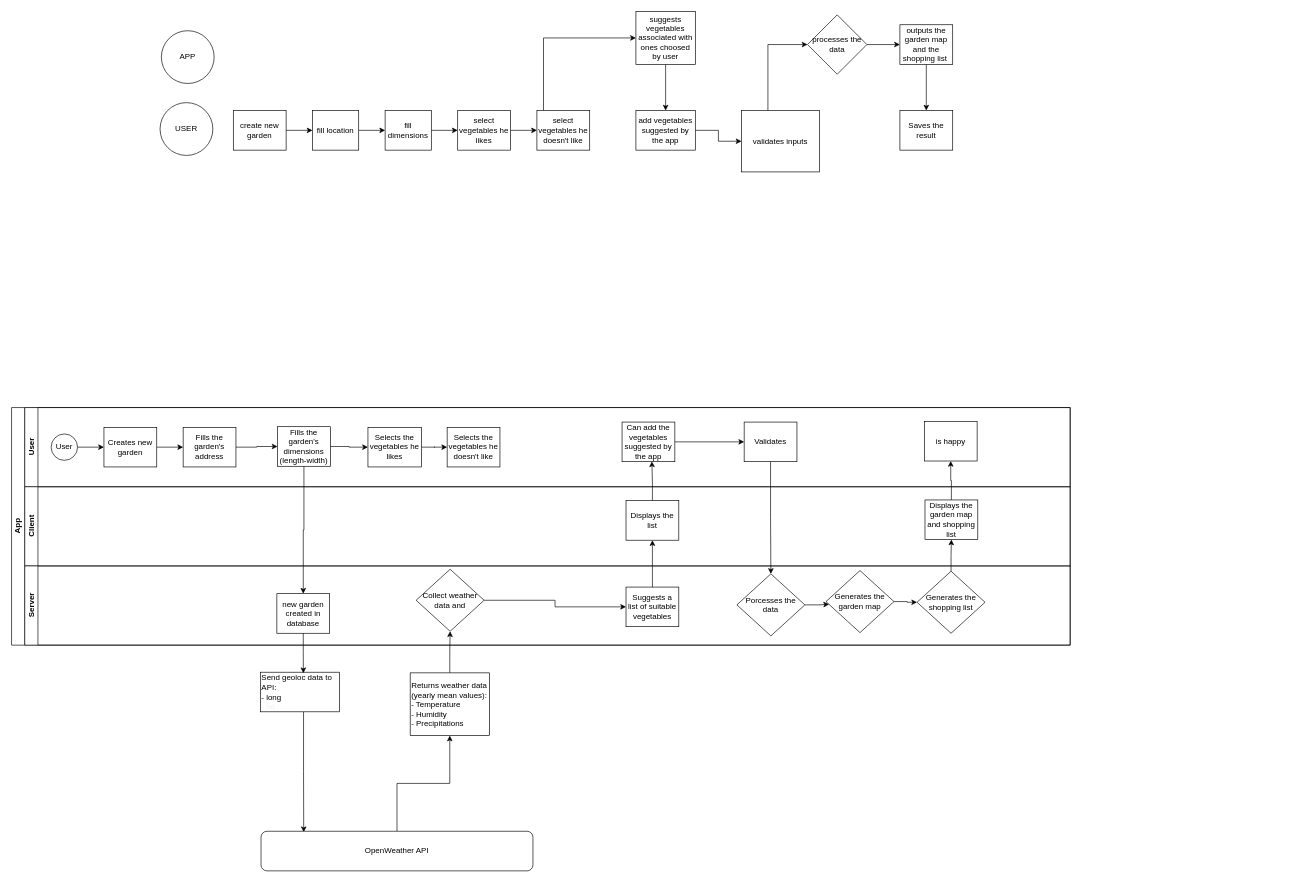
Earlier version of the draw.io diagram EasyGarden principle.drawio (brice2112/easygarden). Source tidied: cells renumbered, new cells numbered last; positions are measured from the earlier drawing's top-left corner, leaving out a move shared by most shapes. Both pictures are drawn from the tidied source at 66%, with x=0, y=0 at pixel (11, 11).
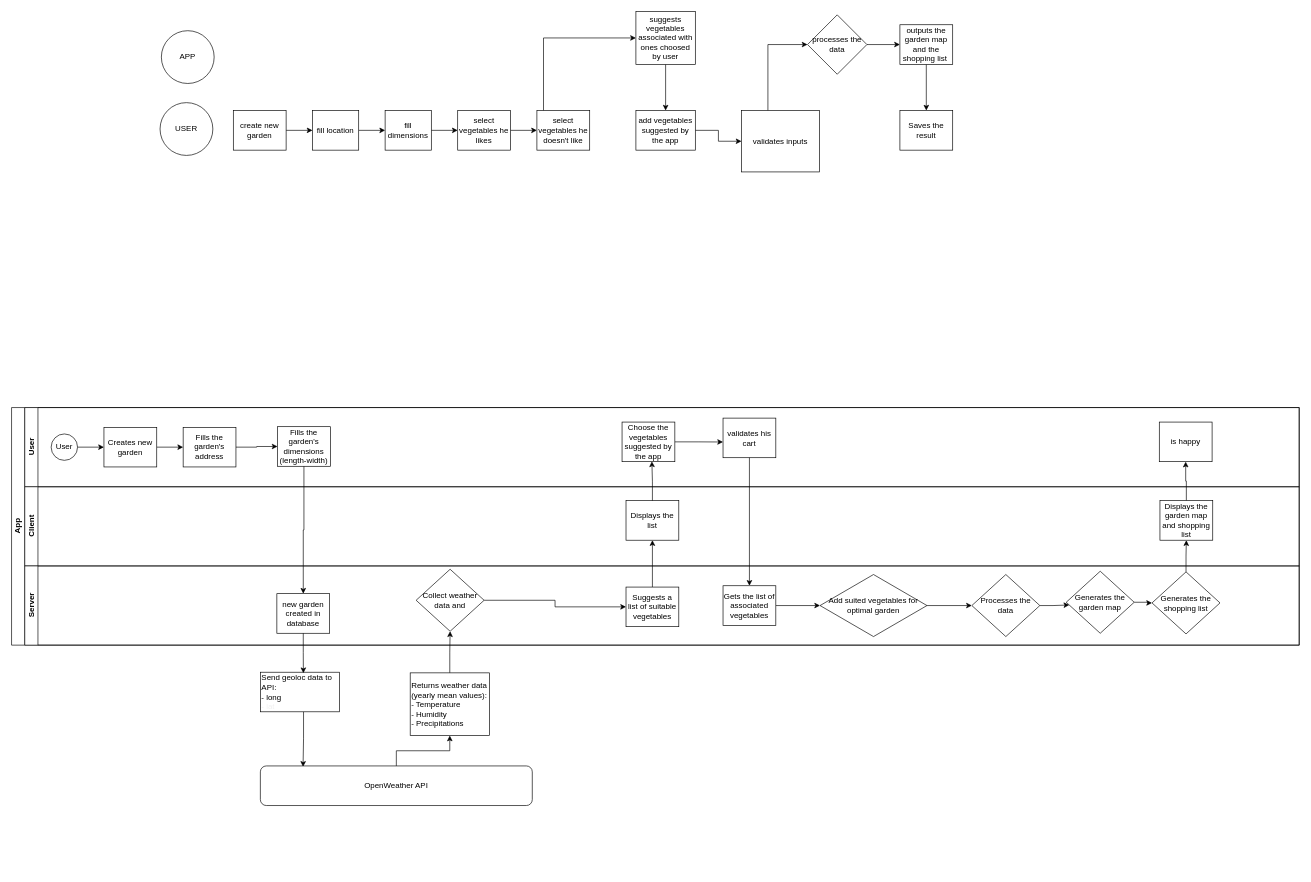
After the change.

Commit message:
Mettre à jour EasyGarden principle.drawio

Unchanged cells that the change refers to:
```xml
<mxCell id="11" value="Fills the garden's dimensions (length-width)" style="rounded=0;whiteSpace=wrap;html=1;fontFamily=Helvetica;fontSize=12;fontColor=#000000;align=center;" parent="3" vertex="1">
  <mxGeometry x="383" y="29" width="80" height="60" as="geometry" />
</mxCell>
<mxCell id="20" value="Displays the list" style="rounded=0;whiteSpace=wrap;html=1;fontFamily=Helvetica;fontSize=12;fontColor=#000000;align=center;" parent="19" vertex="1">
  <mxGeometry x="911" y="21" width="80" height="60" as="geometry" />
</mxCell>
<mxCell id="23" value="new garden created in database" style="rounded=0;whiteSpace=wrap;html=1;fontFamily=Helvetica;fontSize=12;fontColor=#000000;align=center;" parent="22" vertex="1">
  <mxGeometry x="382" y="42" width="80" height="60" as="geometry" />
</mxCell>
<mxCell id="26" value="Suggests a list of suitable vegetables" style="rounded=0;whiteSpace=wrap;html=1;fontFamily=Helvetica;fontSize=12;fontColor=#000000;align=center;" parent="22" vertex="1">
  <mxGeometry x="911" y="32" width="80" height="60" as="geometry" />
</mxCell>
```

What changed in the source:
```diff
@@
     <mxCell id="2" value="App" style="swimlane;html=1;horizontal=0;startSize=20;" parent="1" vertex="1">
-      <mxGeometry y="600" width="1604" height="360" as="geometry" />
+      <mxGeometry y="600" width="1951" height="360" as="geometry" />
     </mxCell>
+    <mxCell id="35" style="edgeStyle=orthogonalEdgeStyle;rounded=0;jettySize=auto;html=1;entryX=0.5;entryY=1;entryDx=0;entryDy=0;" parent="2" edge="1" source="31" target="21">
+      <mxGeometry relative="1" as="geometry" />
+    </mxCell>
+    <mxCell id="36" style="edgeStyle=orthogonalEdgeStyle;rounded=0;jettySize=auto;html=1;entryX=0.5;entryY=1;entryDx=0;entryDy=0;" parent="2" edge="1" source="21" target="18">
+      <mxGeometry relative="1" as="geometry" />
+    </mxCell>
     <mxCell id="3" value="User" style="swimlane;html=1;startSize=20;horizontal=0;" parent="2" vertex="1">
-      <mxGeometry x="20" width="1584" height="120" as="geometry" />
+      <mxGeometry x="20" width="1931" height="120" as="geometry" />
     </mxCell>
@@
-    <mxCell id="10" style="edgeStyle=orthogonalEdgeStyle;rounded=0;jettySize=auto;html=1;entryX=0;entryY=0.5;entryDx=0;entryDy=0;" parent="3" edge="1" source="11" target="13">
-      <mxGeometry relative="1" as="geometry" />
-    </mxCell>
@@
-    <mxCell id="12" style="edgeStyle=orthogonalEdgeStyle;rounded=0;jettySize=auto;html=1;entryX=0;entryY=0.5;entryDx=0;entryDy=0;" parent="3" edge="1" source="13" target="14">
-      <mxGeometry relative="1" as="geometry" />
-    </mxCell>
-    <mxCell id="13" value="Selects the vegetables he likes" style="rounded=0;whiteSpace=wrap;html=1;fontFamily=Helvetica;fontSize=12;fontColor=#000000;align=center;" parent="3" vertex="1">
-      <mxGeometry x="520" y="30" width="81" height="60" as="geometry" />
-    </mxCell>
-    <mxCell id="14" value="Selects the vegetables he doesn't like" style="rounded=0;whiteSpace=wrap;html=1;fontFamily=Helvetica;fontSize=12;fontColor=#000000;align=center;" parent="3" vertex="1">
-      <mxGeometry x="640" y="30" width="80" height="60" as="geometry" />
-    </mxCell>
-    <mxCell id="15" style="edgeStyle=orthogonalEdgeStyle;rounded=0;jettySize=auto;html=1;entryX=0;entryY=0.5;entryDx=0;entryDy=0;" parent="3" edge="1" source="16" target="17">
+    <mxCell id="15" style="edgeStyle=orthogonalEdgeStyle;rounded=0;jettySize=auto;html=1;entryX=0;entryY=0.603;entryDx=0;entryDy=0;entryPerimeter=0;" parent="3" edge="1" source="16" target="68">
       <mxGeometry relative="1" as="geometry" />
     </mxCell>
-    <mxCell id="16" value="Can add the vegetables suggested by the app" style="rounded=0;whiteSpace=wrap;html=1;fontFamily=Helvetica;fontSize=12;fontColor=#000000;align=center;" parent="3" vertex="1">
+    <mxCell id="16" value="Choose the vegetables suggested by the app" style="rounded=0;whiteSpace=wrap;html=1;fontFamily=Helvetica;fontSize=12;fontColor=#000000;align=center;" parent="3" vertex="1">
       <mxGeometry x="905" y="22" width="80" height="60" as="geometry" />
     </mxCell>
-    <mxCell id="17" value="Validates" style="rounded=0;whiteSpace=wrap;html=1;fontFamily=Helvetica;fontSize=12;fontColor=#000000;align=center;" parent="3" vertex="1">
-      <mxGeometry x="1090" y="22" width="80" height="60" as="geometry" />
-    </mxCell>
     <mxCell id="18" value="is happy" style="rounded=0;whiteSpace=wrap;html=1;fontFamily=Helvetica;fontSize=12;fontColor=#000000;align=center;" parent="3" vertex="1">
-      <mxGeometry x="1363" y="21" width="80" height="60" as="geometry" />
+      <mxGeometry x="1719" y="22" width="80" height="60" as="geometry" />
     </mxCell>
+    <mxCell id="68" value="validates his cart" style="rounded=0;whiteSpace=wrap;html=1;fontFamily=Helvetica;fontSize=12;fontColor=#000000;align=center;" parent="3" vertex="1">
+      <mxGeometry x="1058" y="16" width="80" height="60" as="geometry" />
+    </mxCell>
     <mxCell id="19" value="Client" style="swimlane;html=1;startSize=20;horizontal=0;" parent="2" vertex="1">
-      <mxGeometry x="20" y="120" width="1584" height="120" as="geometry" />
+      <mxGeometry x="20" y="120" width="1931" height="120" as="geometry" />
     </mxCell>
@@
     <mxCell id="21" value="Displays the garden map and shopping list" style="rounded=0;whiteSpace=wrap;html=1;fontFamily=Helvetica;fontSize=12;fontColor=#000000;align=center;" parent="19" vertex="1">
-      <mxGeometry x="1364" y="20" width="80" height="60" as="geometry" />
+      <mxGeometry x="1720" y="21" width="80" height="60" as="geometry" />
     </mxCell>
+    <mxCell id="32" style="edgeStyle=orthogonalEdgeStyle;rounded=0;jettySize=auto;html=1;entryX=0.5;entryY=1;entryDx=0;entryDy=0;" parent="2" edge="1" source="26" target="20">
+      <mxGeometry relative="1" as="geometry" />
+    </mxCell>
+    <mxCell id="33" style="edgeStyle=orthogonalEdgeStyle;rounded=0;jettySize=auto;html=1;entryX=0.565;entryY=0.993;entryDx=0;entryDy=0;entryPerimeter=0;" parent="2" edge="1" source="20" target="16">
+      <mxGeometry relative="1" as="geometry" />
+    </mxCell>
+    <mxCell id="37" style="edgeStyle=orthogonalEdgeStyle;rounded=0;jettySize=auto;html=1;entryX=0.5;entryY=0;entryDx=0;entryDy=0;" parent="2" edge="1" source="11" target="23">
+      <mxGeometry relative="1" as="geometry" />
+    </mxCell>
     <mxCell id="22" value="Server" style="swimlane;html=1;startSize=20;horizontal=0;" parent="2" vertex="1">
-      <mxGeometry x="20" y="240" width="1584" height="120" as="geometry" />
+      <mxGeometry x="20" y="240" width="1931" height="120" as="geometry" />
     </mxCell>
@@
-    <mxCell id="28" value="Porcesses the data" style="rhombus;whiteSpace=wrap;html=1;" parent="22" vertex="1">
-      <mxGeometry x="1079" y="12" width="103" height="94" as="geometry" />
+    <mxCell id="28" value="Processes the data" style="rhombus;whiteSpace=wrap;html=1;" parent="22" vertex="1">
+      <mxGeometry x="1435" y="13" width="103" height="94" as="geometry" />
     </mxCell>
@@
     <mxCell id="30" value="Generates the garden map" style="rhombus;whiteSpace=wrap;html=1;" parent="22" vertex="1">
-      <mxGeometry x="1214" y="7" width="103" height="94" as="geometry" />
+      <mxGeometry x="1578" y="8" width="103" height="94" as="geometry" />
     </mxCell>
     <mxCell id="31" value="Generates the shopping list" style="rhombus;whiteSpace=wrap;html=1;" parent="22" vertex="1">
-      <mxGeometry x="1352" y="8" width="103" height="94" as="geometry" />
+      <mxGeometry x="1708" y="9" width="103" height="94" as="geometry" />
     </mxCell>
-    <mxCell id="32" style="edgeStyle=orthogonalEdgeStyle;rounded=0;jettySize=auto;html=1;entryX=0.5;entryY=1;entryDx=0;entryDy=0;" parent="2" edge="1" source="26" target="20">
-      <mxGeometry relative="1" as="geometry" />
-    </mxCell>
-    <mxCell id="33" style="edgeStyle=orthogonalEdgeStyle;rounded=0;jettySize=auto;html=1;entryX=0.565;entryY=0.993;entryDx=0;entryDy=0;entryPerimeter=0;" parent="2" edge="1" source="20" target="16">
-      <mxGeometry relative="1" as="geometry" />
-    </mxCell>
-    <mxCell id="34" style="edgeStyle=orthogonalEdgeStyle;rounded=0;jettySize=auto;html=1;entryX=0.5;entryY=0;entryDx=0;entryDy=0;" parent="2" edge="1" source="17" target="28">
-      <mxGeometry relative="1" as="geometry" />
-    </mxCell>
-    <mxCell id="35" style="edgeStyle=orthogonalEdgeStyle;rounded=0;jettySize=auto;html=1;entryX=0.5;entryY=1;entryDx=0;entryDy=0;" parent="2" edge="1" source="31" target="21">
-      <mxGeometry relative="1" as="geometry" />
-    </mxCell>
-    <mxCell id="36" style="edgeStyle=orthogonalEdgeStyle;rounded=0;jettySize=auto;html=1;entryX=0.5;entryY=1;entryDx=0;entryDy=0;" parent="2" edge="1" source="21" target="18">
-      <mxGeometry relative="1" as="geometry" />
-    </mxCell>
-    <mxCell id="37" style="edgeStyle=orthogonalEdgeStyle;rounded=0;jettySize=auto;html=1;entryX=0.5;entryY=0;entryDx=0;entryDy=0;" parent="2" edge="1" source="11" target="23">
-      <mxGeometry relative="1" as="geometry" />
-    </mxCell>
+    <mxCell id="69" style="edgeStyle=orthogonalEdgeStyle;rounded=0;jettySize=auto;html=1;entryX=0;entryY=0.5;entryDx=0;entryDy=0;" parent="22" edge="1" source="70" target="72">
+      <mxGeometry relative="1" as="geometry" />
+    </mxCell>
+    <mxCell id="70" value="Gets the list of associated vegetables" style="rounded=0;whiteSpace=wrap;html=1;fontFamily=Helvetica;fontSize=12;fontColor=#000000;align=center;" parent="22" vertex="1">
+      <mxGeometry x="1058" y="30" width="80" height="60" as="geometry" />
+    </mxCell>
+    <mxCell id="71" style="edgeStyle=orthogonalEdgeStyle;rounded=0;jettySize=auto;html=1;entryX=0;entryY=0.5;entryDx=0;entryDy=0;" parent="22" edge="1" source="72" target="28">
+      <mxGeometry relative="1" as="geometry" />
+    </mxCell>
+    <mxCell id="72" value="Add suited vegetables for optimal garden" style="rhombus;whiteSpace=wrap;html=1;" parent="22" vertex="1">
+      <mxGeometry x="1205" y="13" width="162" height="94" as="geometry" />
+    </mxCell>
+    <mxCell id="73" style="edgeStyle=orthogonalEdgeStyle;rounded=0;jettySize=auto;html=1;entryX=0.5;entryY=0;entryDx=0;entryDy=0;" parent="2" edge="1" source="68" target="70">
+      <mxGeometry relative="1" as="geometry" />
+    </mxCell>
@@
     <mxCell id="63" value="OpenWeather API" style="rounded=1;whiteSpace=wrap;html=1;" parent="1" vertex="1">
-      <mxGeometry x="378" y="1242" width="412" height="60" as="geometry" />
+      <mxGeometry x="377" y="1143" width="412" height="60" as="geometry" />
     </mxCell>
```
